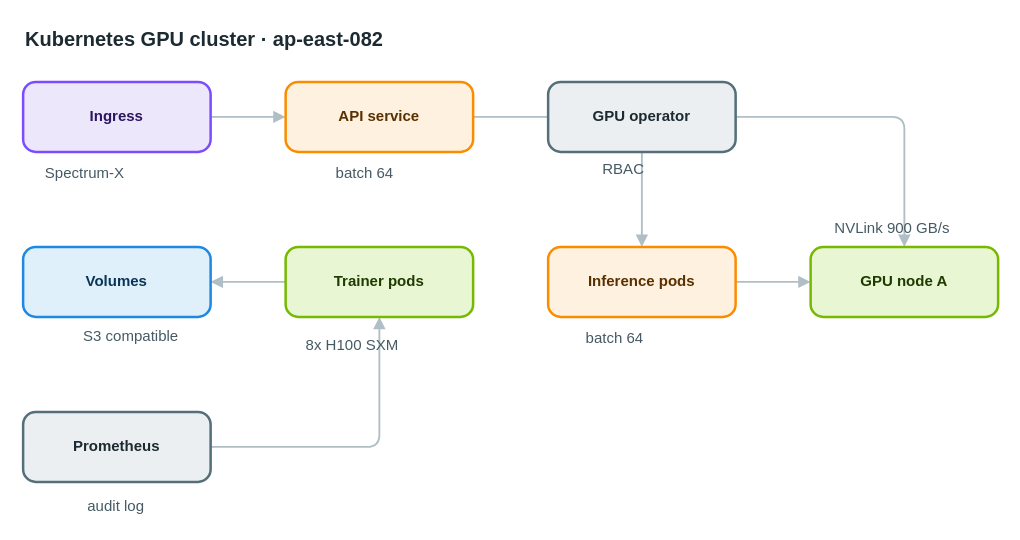
AryanG01/open-apprentice keeps this draw.io diagram as apps/web/public/samples/library/082-kubernetes-gpu-cluster.drawio. Above is the earlier version. Source tidied: cells renumbered, new cells numbered last; positions are measured from the earlier drawing's top-left corner, leaving out a move shared by most shapes. Both pictures are drawn from the tidied source at 125%, with x=0, y=0 at pixel (22, 21).
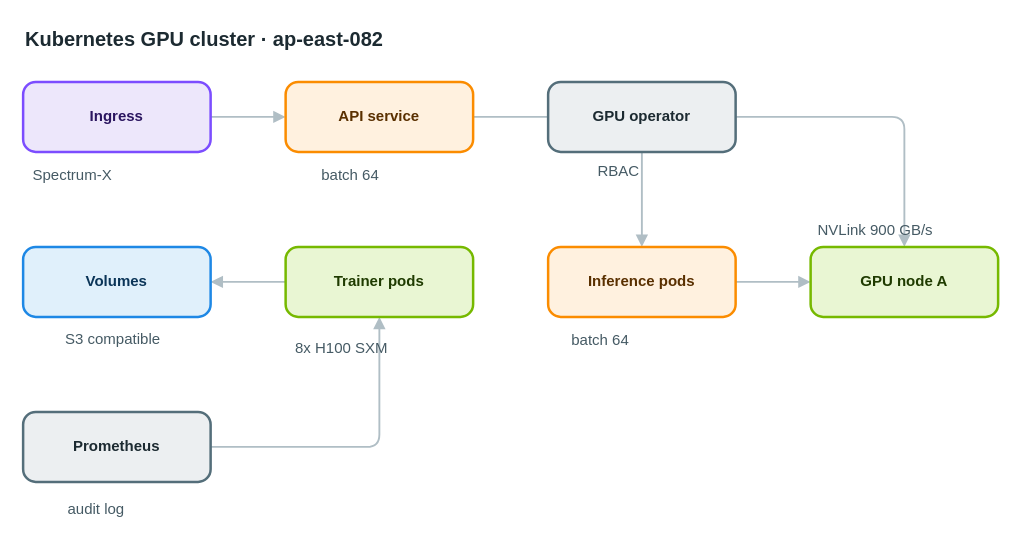
After the change.

Diff of the diagram source:
```diff
@@
-    <mxCell id="17" value="Spectrum-X" style="text;html=1;align=center;verticalAlign=middle;whiteSpace=nowrap;strokeColor=none;fillColor=none;fontSize=12;fontColor=#455a64;" parent="1" vertex="1">
+    <mxCell id="17" value="Spectrum-X" style="text;html=1;align=left;verticalAlign=top;whiteSpace=nowrap;spacing=0;spacingTop=0;strokeColor=none;fillColor=none;fontSize=12;fontColor=#455a64;" parent="1" vertex="1">
       <mxGeometry x="8" y="111" width="82" height="20" as="geometry" />
     </mxCell>
-    <mxCell id="18" value="batch 64" style="text;html=1;align=center;verticalAlign=middle;whiteSpace=nowrap;strokeColor=none;fillColor=none;fontSize=12;fontColor=#455a64;" parent="1" vertex="1">
+    <mxCell id="18" value="batch 64" style="text;html=1;align=left;verticalAlign=top;whiteSpace=nowrap;spacing=0;spacingTop=0;strokeColor=none;fillColor=none;fontSize=12;fontColor=#455a64;" parent="1" vertex="1">
       <mxGeometry x="239" y="111" width="68" height="20" as="geometry" />
     </mxCell>
-    <mxCell id="19" value="RBAC" style="text;html=1;align=center;verticalAlign=middle;whiteSpace=nowrap;strokeColor=none;fillColor=none;fontSize=12;fontColor=#455a64;" parent="1" vertex="1">
+    <mxCell id="19" value="RBAC" style="text;html=1;align=left;verticalAlign=top;whiteSpace=nowrap;spacing=0;spacingTop=0;strokeColor=none;fillColor=none;fontSize=12;fontColor=#455a64;" parent="1" vertex="1">
       <mxGeometry x="460" y="108" width="40" height="20" as="geometry" />
     </mxCell>
-    <mxCell id="20" value="8x H100 SXM" style="text;html=1;align=center;verticalAlign=middle;whiteSpace=nowrap;strokeColor=none;fillColor=none;fontSize=12;fontColor=#455a64;" parent="1" vertex="1">
+    <mxCell id="20" value="8x H100 SXM" style="text;html=1;align=left;verticalAlign=top;whiteSpace=nowrap;spacing=0;spacingTop=0;strokeColor=none;fillColor=none;fontSize=12;fontColor=#455a64;" parent="1" vertex="1">
       <mxGeometry x="218" y="249" width="89" height="20" as="geometry" />
     </mxCell>
-    <mxCell id="21" value="batch 64" style="text;html=1;align=center;verticalAlign=middle;whiteSpace=nowrap;strokeColor=none;fillColor=none;fontSize=12;fontColor=#455a64;" parent="1" vertex="1">
+    <mxCell id="21" value="batch 64" style="text;html=1;align=left;verticalAlign=top;whiteSpace=nowrap;spacing=0;spacingTop=0;strokeColor=none;fillColor=none;fontSize=12;fontColor=#455a64;" parent="1" vertex="1">
       <mxGeometry x="439" y="243" width="68" height="20" as="geometry" />
     </mxCell>
-    <mxCell id="22" value="NVLink 900 GB/s" style="text;html=1;align=center;verticalAlign=middle;whiteSpace=nowrap;strokeColor=none;fillColor=none;fontSize=12;fontColor=#455a64;" parent="1" vertex="1">
+    <mxCell id="22" value="NVLink 900 GB/s" style="text;html=1;align=left;verticalAlign=top;whiteSpace=nowrap;spacing=0;spacingTop=0;strokeColor=none;fillColor=none;fontSize=12;fontColor=#455a64;" parent="1" vertex="1">
       <mxGeometry x="636" y="155" width="117" height="20" as="geometry" />
     </mxCell>
-    <mxCell id="23" value="S3 compatible" style="text;html=1;align=center;verticalAlign=middle;whiteSpace=nowrap;strokeColor=none;fillColor=none;fontSize=12;fontColor=#455a64;" parent="1" vertex="1">
+    <mxCell id="23" value="S3 compatible" style="text;html=1;align=left;verticalAlign=top;whiteSpace=nowrap;spacing=0;spacingTop=0;strokeColor=none;fillColor=none;fontSize=12;fontColor=#455a64;" parent="1" vertex="1">
       <mxGeometry x="34" y="242" width="103" height="20" as="geometry" />
     </mxCell>
-    <mxCell id="24" value="audit log" style="text;html=1;align=center;verticalAlign=middle;whiteSpace=nowrap;strokeColor=none;fillColor=none;fontSize=12;fontColor=#455a64;" parent="1" vertex="1">
+    <mxCell id="24" value="audit log" style="text;html=1;align=left;verticalAlign=top;whiteSpace=nowrap;spacing=0;spacingTop=0;strokeColor=none;fillColor=none;fontSize=12;fontColor=#455a64;" parent="1" vertex="1">
       <mxGeometry x="36" y="378" width="75" height="20" as="geometry" />
     </mxCell>
```
